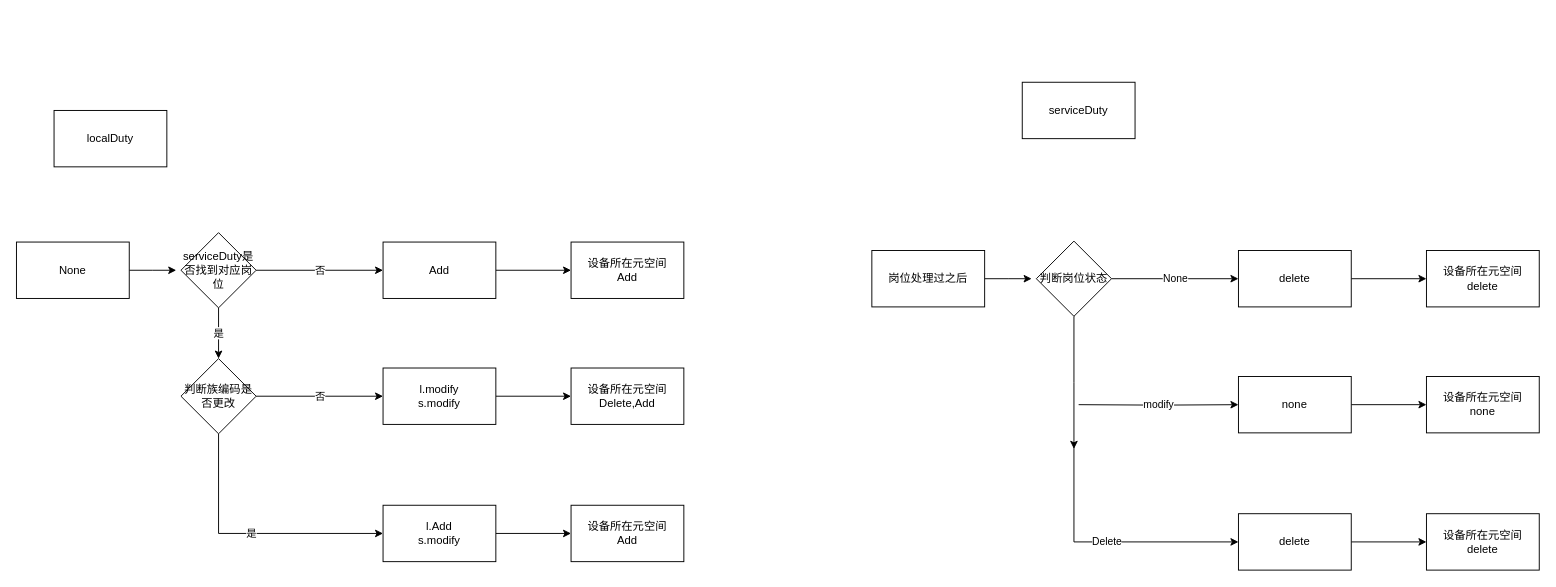
Above: page "Page-2" (2 of 2) of Untitled Diagram.drawio in garrett514/saga.revit (draw.io), before the change. Source tidied: cells renumbered, new cells numbered last; positions are measured from the earlier drawing's top-left corner, leaving out a move shared by most shapes. Both pictures are drawn from the tidied source at 94%, with x=0, y=0 at pixel (16, 82).
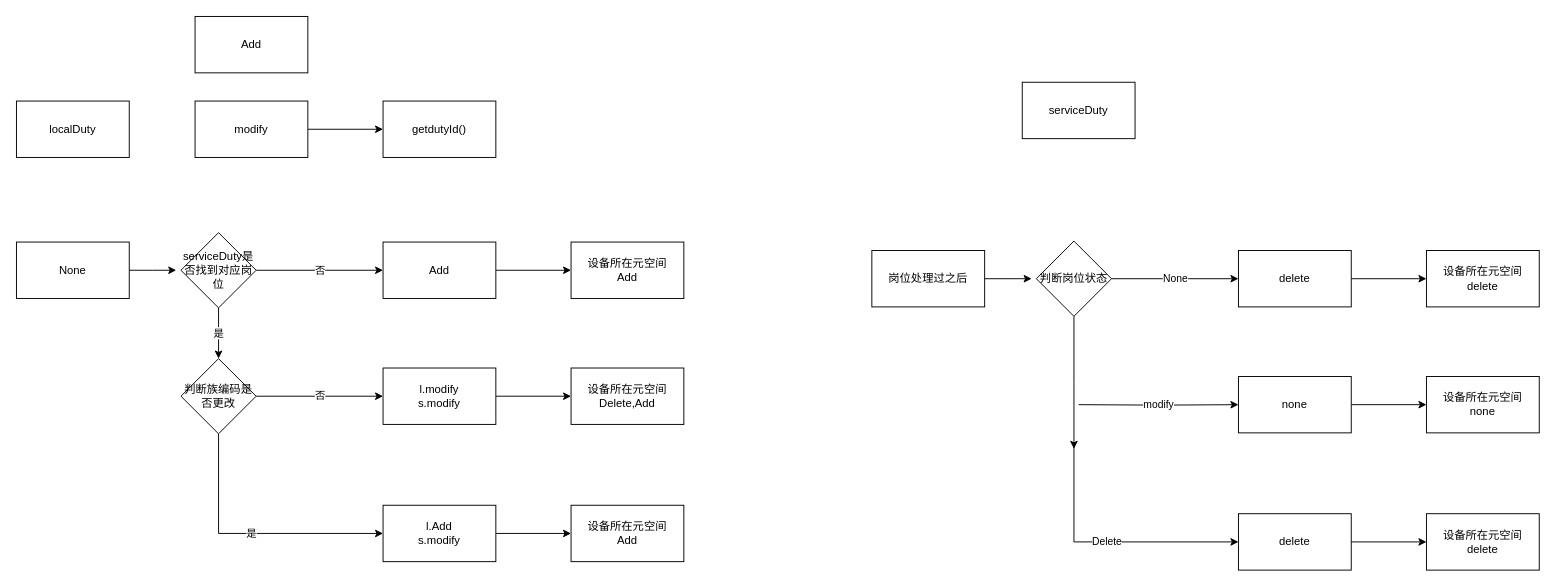
The same page after the edit.

Diff of the diagram source:
```diff
@@
     <mxCell id="2" value="localDuty" style="rounded=0;whiteSpace=wrap;html=1;" parent="1" vertex="1">
-      <mxGeometry x="40" y="30" width="120" height="60" as="geometry" />
+      <mxGeometry y="20" width="120" height="60" as="geometry" />
     </mxCell>
@@
+    <mxCell id="37" style="edgeStyle=orthogonalEdgeStyle;rounded=0;jettySize=auto;html=1;" parent="1" edge="1" source="38" target="39">
+      <mxGeometry relative="1" as="geometry" />
+    </mxCell>
+    <mxCell id="38" value="modify" style="rounded=0;whiteSpace=wrap;html=1;" parent="1" vertex="1">
+      <mxGeometry x="190" y="20" width="120" height="60" as="geometry" />
+    </mxCell>
+    <mxCell id="39" value="getdutyId()" style="rounded=0;whiteSpace=wrap;html=1;" parent="1" vertex="1">
+      <mxGeometry x="390" y="20" width="120" height="60" as="geometry" />
+    </mxCell>
+    <mxCell id="40" value="Add" style="rounded=0;whiteSpace=wrap;html=1;" parent="1" vertex="1">
+      <mxGeometry x="190" y="-70" width="120" height="60" as="geometry" />
+    </mxCell>
```
